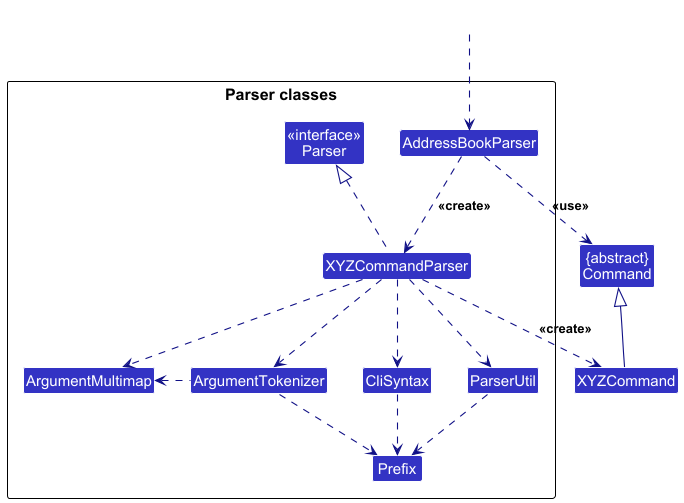
Before: docs/images/ParserClasses.png, a diagram exported from PlantUML (nus-cs2103-AY2425S1/tp).
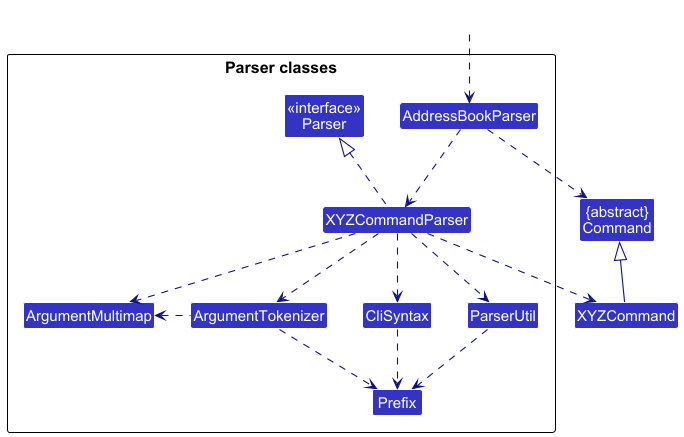
The same diagram one commit later.

The edit, as a diff of the source:
```diff
@@ -21,10 +21,10 @@
 Class HiddenOutside #FFFFFF
 HiddenOutside ..> AddressBookParser
 
-AddressBookParser .down.> XYZCommandParser: <<create>>
+AddressBookParser .down.> XYZCommandParser
 
-XYZCommandParser ..> XYZCommand : <<create>>
-AddressBookParser ..> Command : <<use>>
+XYZCommandParser ..> XYZCommand
+AddressBookParser ..> Command
 XYZCommandParser .up.|> Parser
 XYZCommandParser ..> ArgumentMultimap
 XYZCommandParser ..> ArgumentTokenizer
```
